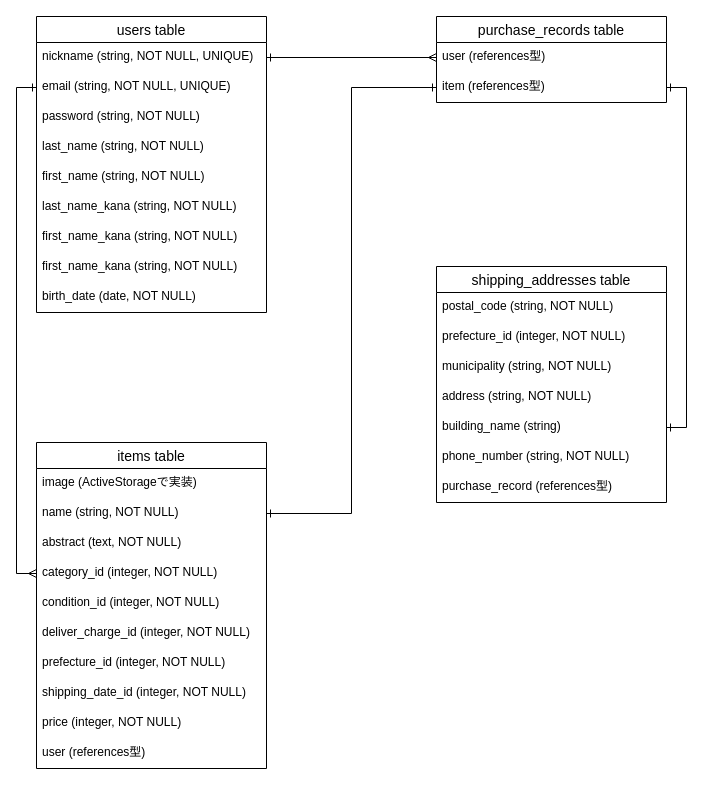
KeiIchi-74/furima-31741 keeps this draw.io diagram as furima-31741.dio. Above is the earlier version. Source tidied: cells renumbered, new cells numbered last; positions are measured from the earlier drawing's top-left corner, leaving out a move shared by most shapes. Both pictures are drawn from the tidied source at 100%, with x=0, y=0 at pixel (36, 16).
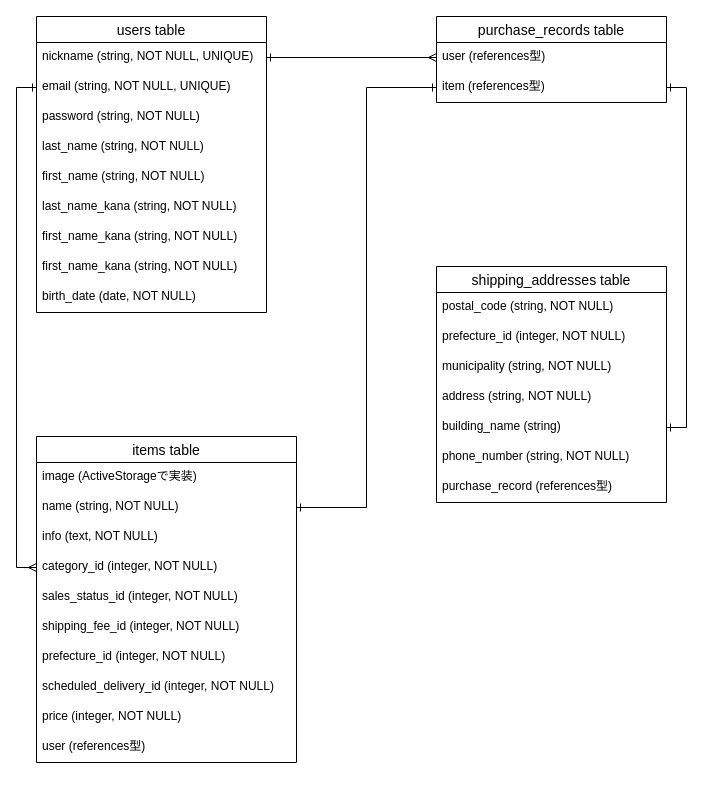
Above is the later version.

Diff of the diagram source:
```diff
@@
     <mxCell id="17" value="items table" style="swimlane;fontStyle=0;horizontal=1;startSize=26;align=center;fontSize=14;" parent="1" vertex="1">
-      <mxGeometry y="426" width="230" height="326" as="geometry" />
+      <mxGeometry y="420" width="260" height="326" as="geometry" />
     </mxCell>
     <mxCell id="18" value="image (ActiveStorageで実装)" style="text;strokeColor=none;fillColor=none;spacingLeft=4;spacingRight=4;overflow=hidden;fontSize=12;" parent="17" vertex="1">
-      <mxGeometry y="26" width="230" height="30" as="geometry" />
+      <mxGeometry y="26" width="260" height="30" as="geometry" />
     </mxCell>
     <mxCell id="19" value="name (string, NOT NULL)" style="text;strokeColor=none;fillColor=none;spacingLeft=4;spacingRight=4;overflow=hidden;points=[[0,0.5],[1,0.5]];portConstraint=eastwest;fontSize=12;" parent="17" vertex="1">
-      <mxGeometry y="56" width="230" height="30" as="geometry" />
+      <mxGeometry y="56" width="260" height="30" as="geometry" />
     </mxCell>
-    <mxCell id="20" value="abstract (text, NOT NULL)" style="text;strokeColor=none;fillColor=none;spacingLeft=4;spacingRight=4;overflow=hidden;fontSize=12;" parent="17" vertex="1">
-      <mxGeometry y="86" width="230" height="30" as="geometry" />
+    <mxCell id="20" value="info (text, NOT NULL)" style="text;strokeColor=none;fillColor=none;spacingLeft=4;spacingRight=4;overflow=hidden;fontSize=12;" parent="17" vertex="1">
+      <mxGeometry y="86" width="260" height="30" as="geometry" />
     </mxCell>
     <mxCell id="21" value="category_id (integer, NOT NULL)" style="text;strokeColor=none;fillColor=none;spacingLeft=4;spacingRight=4;overflow=hidden;points=[[0,0.5],[1,0.5]];portConstraint=eastwest;fontSize=12;" parent="17" vertex="1">
-      <mxGeometry y="116" width="230" height="30" as="geometry" />
+      <mxGeometry y="116" width="260" height="30" as="geometry" />
     </mxCell>
-    <mxCell id="22" value="condition_id (integer, NOT NULL)" style="text;strokeColor=none;fillColor=none;spacingLeft=4;spacingRight=4;overflow=hidden;fontSize=12;" parent="17" vertex="1">
-      <mxGeometry y="146" width="230" height="30" as="geometry" />
+    <mxCell id="22" value="sales_status_id (integer, NOT NULL)" style="text;strokeColor=none;fillColor=none;spacingLeft=4;spacingRight=4;overflow=hidden;fontSize=12;" parent="17" vertex="1">
+      <mxGeometry y="146" width="260" height="30" as="geometry" />
     </mxCell>
-    <mxCell id="23" value="deliver_charge_id (integer, NOT NULL)" style="text;strokeColor=none;fillColor=none;spacingLeft=4;spacingRight=4;overflow=hidden;fontSize=12;" parent="17" vertex="1">
-      <mxGeometry y="176" width="230" height="30" as="geometry" />
+    <mxCell id="23" value="shipping_fee_id (integer, NOT NULL)" style="text;strokeColor=none;fillColor=none;spacingLeft=4;spacingRight=4;overflow=hidden;fontSize=12;" parent="17" vertex="1">
+      <mxGeometry y="176" width="260" height="30" as="geometry" />
     </mxCell>
     <mxCell id="24" value="prefecture_id (integer, NOT NULL)" style="text;strokeColor=none;fillColor=none;spacingLeft=4;spacingRight=4;overflow=hidden;fontSize=12;" parent="17" vertex="1">
-      <mxGeometry y="206" width="230" height="30" as="geometry" />
+      <mxGeometry y="206" width="260" height="30" as="geometry" />
     </mxCell>
-    <mxCell id="25" value="shipping_date_id (integer, NOT NULL)" style="text;strokeColor=none;fillColor=none;spacingLeft=4;spacingRight=4;overflow=hidden;fontSize=12;" parent="17" vertex="1">
-      <mxGeometry y="236" width="230" height="30" as="geometry" />
+    <mxCell id="25" value="scheduled_delivery_id (integer, NOT NULL)" style="text;strokeColor=none;fillColor=none;spacingLeft=4;spacingRight=4;overflow=hidden;fontSize=12;" parent="17" vertex="1">
+      <mxGeometry y="236" width="260" height="30" as="geometry" />
     </mxCell>
     <mxCell id="26" value="price (integer, NOT NULL)" style="text;strokeColor=none;fillColor=none;spacingLeft=4;spacingRight=4;overflow=hidden;fontSize=12;" parent="17" vertex="1">
-      <mxGeometry y="266" width="230" height="30" as="geometry" />
+      <mxGeometry y="266" width="260" height="30" as="geometry" />
     </mxCell>
     <mxCell id="27" value="user (references型)" style="text;strokeColor=none;fillColor=none;spacingLeft=4;spacingRight=4;overflow=hidden;fontSize=12;" parent="17" vertex="1">
-      <mxGeometry y="296" width="230" height="30" as="geometry" />
+      <mxGeometry y="296" width="260" height="30" as="geometry" />
     </mxCell>
```
